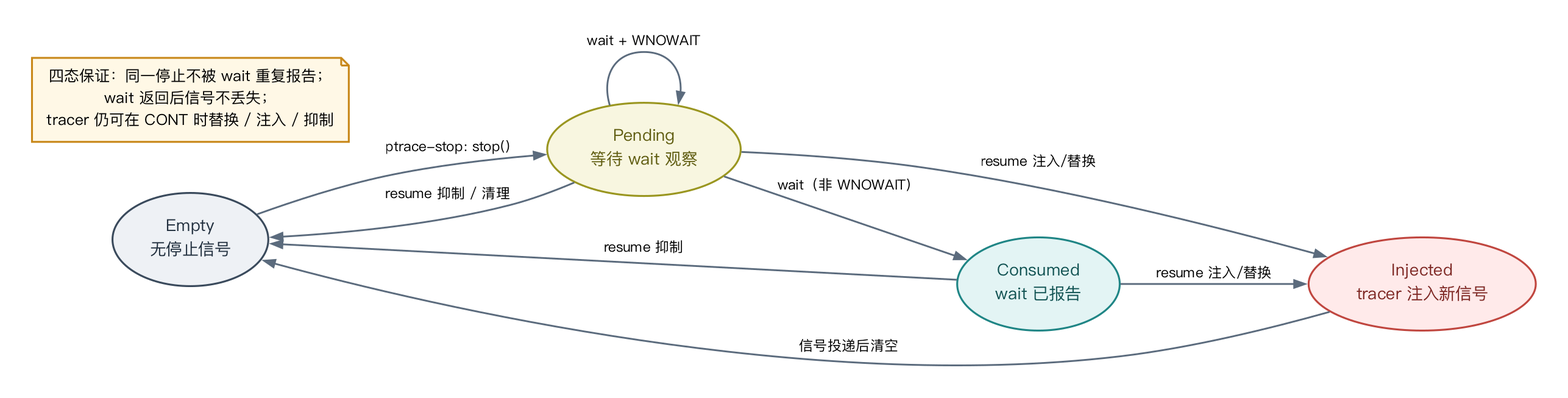
Above: research_practice/assets/06_signal_states.png in vvvvsv/asterinas (Graphviz), before the change. Its source is kept beside it as research_practice/assets/06_signal_states.dot. Its diagram source:
```dot
digraph G {

  graph [fontname="PingFang SC", bgcolor="white", pad="0.35", rankdir=LR, nodesep="0.55", ranksep="0.8"];
  node  [fontname="PingFang SC", shape=box, style="rounded,filled", penwidth=1.5, margin="0.16,0.10", fontsize=13];
  edge  [fontname="PingFang SC", color="#5b6b7d", penwidth=1.4, arrowsize=0.85, fontsize=11];
  empty [label="Empty\n无停止信号", fillcolor="#EEF1F5", color="#3a4a5c", fontcolor="#22303f", shape="ellipse"];
  pending [label="Pending\n等待 wait 观察", fillcolor="#F8F6E0", color="#9A9620", fontcolor="#5f5c10", shape="ellipse"];
  consumed [label="Consumed\nwait 已报告", fillcolor="#E3F4F4", color="#1F8585", fontcolor="#0f5151", shape="ellipse"];
  injected [label="Injected\ntracer 注入新信号", fillcolor="#FFEAEA", color="#C0463F", fontcolor="#7d2723", shape="ellipse"];

  empty -> pending [label="ptrace-stop: stop()"];
  pending -> consumed [label="wait（非 WNOWAIT）"];
  pending -> pending [label="wait + WNOWAIT", constraint=false];
  pending -> injected [label="resume 注入/替换"];
  consumed -> injected [label="resume 注入/替换"];
  pending -> empty [label="resume 抑制 / 清理"];
  consumed -> empty [label="resume 抑制"];
  injected -> empty [label="信号投递后清空"];

  note [shape=note, fontsize=12, fontname="PingFang SC", fillcolor="#FFF8E6", color="#C8881A", style="filled",
        label="四态保证：同一停止不被 wait 重复报告；\nwait 返回后信号不丢失；\ntracer 仍可在 CONT 时替换 / 注入 / 抑制"];
}
```
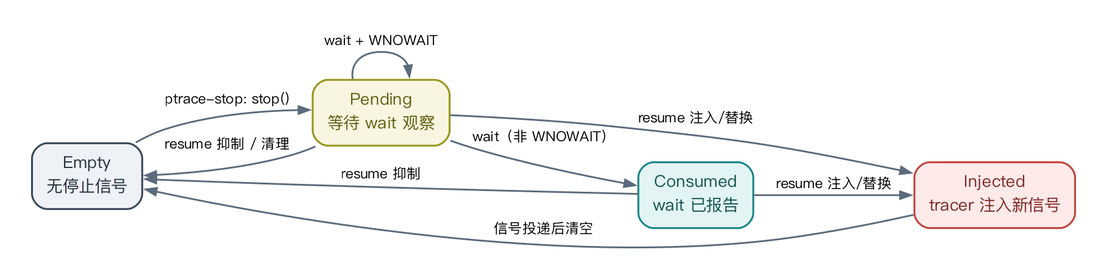
Above is the later version.

Change to the diagram source:
```diff
@@ -1,12 +1,12 @@
 digraph G {
 
-  graph [fontname="PingFang SC", bgcolor="white", pad="0.35", rankdir=LR, nodesep="0.55", ranksep="0.8"];
+  graph [fontname="PingFang SC", bgcolor="white", pad="0.35", rankdir=LR, nodesep="0.3", ranksep="0.5"];
   node  [fontname="PingFang SC", shape=box, style="rounded,filled", penwidth=1.5, margin="0.16,0.10", fontsize=13];
   edge  [fontname="PingFang SC", color="#5b6b7d", penwidth=1.4, arrowsize=0.85, fontsize=11];
-  empty [label="Empty\n无停止信号", fillcolor="#EEF1F5", color="#3a4a5c", fontcolor="#22303f", shape="ellipse"];
-  pending [label="Pending\n等待 wait 观察", fillcolor="#F8F6E0", color="#9A9620", fontcolor="#5f5c10", shape="ellipse"];
-  consumed [label="Consumed\nwait 已报告", fillcolor="#E3F4F4", color="#1F8585", fontcolor="#0f5151", shape="ellipse"];
-  injected [label="Injected\ntracer 注入新信号", fillcolor="#FFEAEA", color="#C0463F", fontcolor="#7d2723", shape="ellipse"];
+  empty [label="Empty\n无停止信号", fillcolor="#EEF1F5", color="#3a4a5c", fontcolor="#22303f"];
+  pending [label="Pending\n等待 wait 观察", fillcolor="#F8F6E0", color="#9A9620", fontcolor="#5f5c10"];
+  consumed [label="Consumed\nwait 已报告", fillcolor="#E3F4F4", color="#1F8585", fontcolor="#0f5151"];
+  injected [label="Injected\ntracer 注入新信号", fillcolor="#FFEAEA", color="#C0463F", fontcolor="#7d2723"];
 
   empty -> pending [label="ptrace-stop: stop()"];
   pending -> consumed [label="wait（非 WNOWAIT）"];
@@ -16,7 +16,4 @@
   pending -> empty [label="resume 抑制 / 清理"];
   consumed -> empty [label="resume 抑制"];
   injected -> empty [label="信号投递后清空"];
-
-  note [shape=note, fontsize=12, fontname="PingFang SC", fillcolor="#FFF8E6", color="#C8881A", style="filled",
-        label="四态保证：同一停止不被 wait 重复报告；\nwait 返回后信号不丢失；\ntracer 仍可在 CONT 时替换 / 注入 / 抑制"];
 }
```
